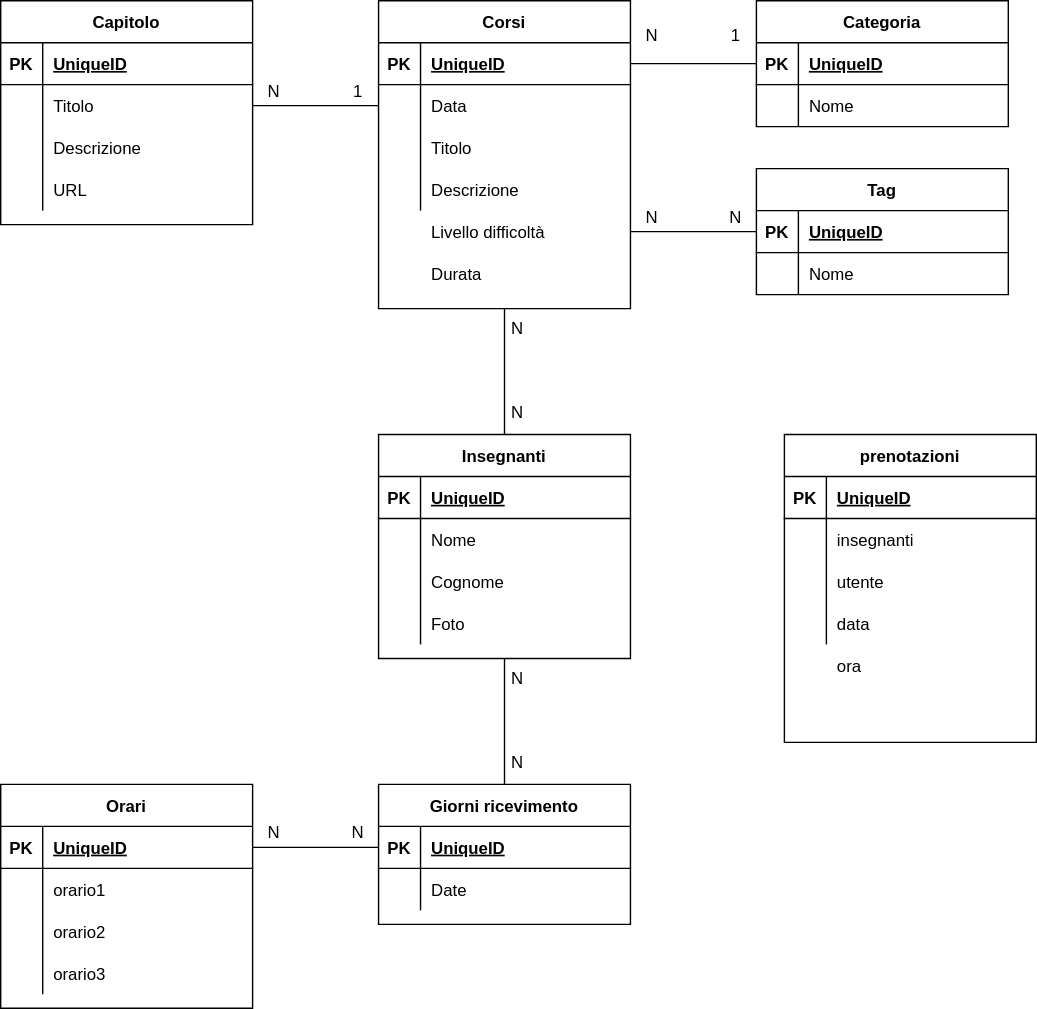
This is projekt.drawio.svg from simmasa/Projekt-Learning, a draw.io export, as it was before one commit. Source tidied: cells renumbered, new cells last; positions are measured from the earlier drawing's top-left corner, leaving out a move shared by most shapes.
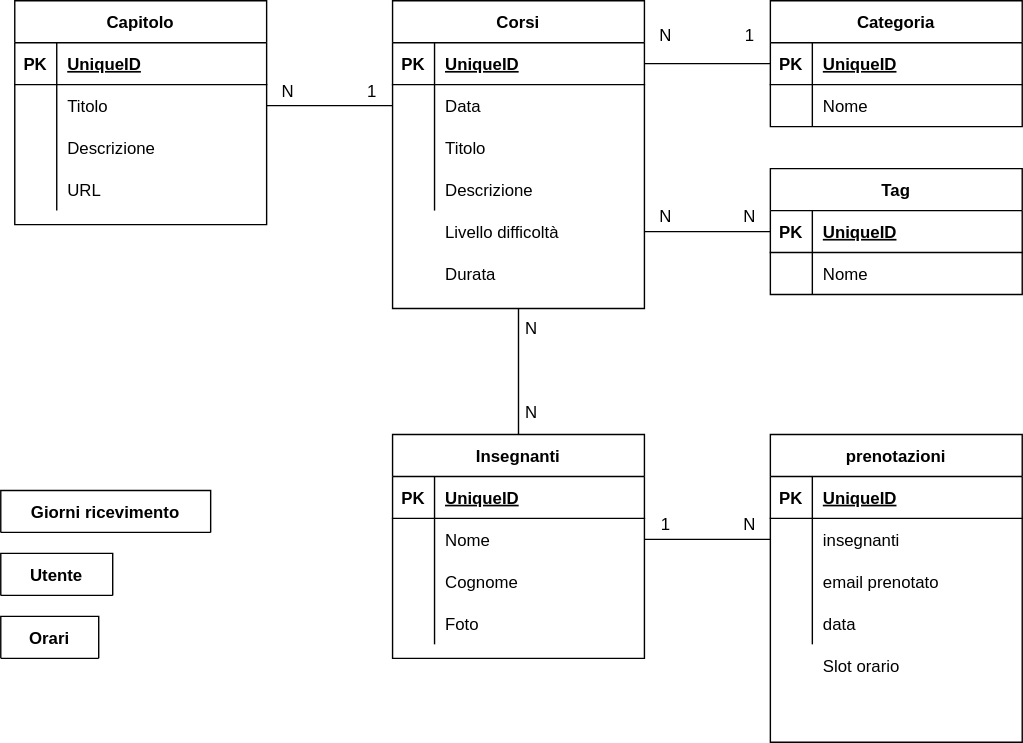
After the commit.

Diff of the diagram source:
```diff
@@ -213,7 +213,7 @@
       <mxGeometry x="354" y="220" width="30" height="30" as="geometry" />
     </mxCell>
     <mxCell id="72" value="prenotazioni" style="shape=table;startSize=30;rowLines=0;fontStyle=1;align=center;" parent="1" vertex="1">
-      <mxGeometry x="560" y="310" width="180" height="220" as="geometry" />
+      <mxGeometry x="540" y="310" width="180" height="220" as="geometry" />
     </mxCell>
     <mxCell id="73" style="shape=tableRow;horizontal=0;startSize=0;swimlaneHead=0;swimlaneBody=0;fillColor=none;top=0;left=0;right=0;bottom=1;" parent="72" vertex="1">
       <mxGeometry y="30" width="180" height="30" as="geometry" />
@@ -239,7 +239,7 @@
     <mxCell id="80" style="shape=partialRectangle;fillColor=none;top=0;left=0;bottom=0;right=0;overflow=hidden;" parent="79" vertex="1">
       <mxGeometry width="30" height="30" as="geometry" />
     </mxCell>
-    <mxCell id="81" value="utente" style="shape=partialRectangle;fillColor=none;top=0;left=0;bottom=0;right=0;align=left;spacingLeft=6;overflow=hidden;" parent="79" vertex="1">
+    <mxCell id="81" value="email prenotato" style="shape=partialRectangle;fillColor=none;top=0;left=0;bottom=0;right=0;align=left;spacingLeft=6;overflow=hidden;" parent="79" vertex="1">
       <mxGeometry x="30" width="150" height="30" as="geometry" />
     </mxCell>
     <mxCell id="82" style="shape=tableRow;horizontal=0;startSize=0;swimlaneHead=0;swimlaneBody=0;fillColor=none;top=0;left=0;right=0;bottom=0;" parent="72" vertex="1">
@@ -251,86 +251,26 @@
     <mxCell id="84" value="data" style="shape=partialRectangle;fillColor=none;top=0;left=0;bottom=0;right=0;align=left;spacingLeft=6;overflow=hidden;" parent="82" vertex="1">
       <mxGeometry x="30" width="150" height="30" as="geometry" />
     </mxCell>
-    <mxCell id="85" value="ora" style="shape=partialRectangle;fillColor=none;top=0;left=0;bottom=0;right=0;align=left;spacingLeft=6;overflow=hidden;" parent="1" vertex="1">
-      <mxGeometry x="590" y="460" width="150" height="30" as="geometry" />
+    <mxCell id="85" value="Slot orario" style="shape=partialRectangle;fillColor=none;top=0;left=0;bottom=0;right=0;align=left;spacingLeft=6;overflow=hidden;" parent="1" vertex="1">
+      <mxGeometry x="570" y="460" width="150" height="30" as="geometry" />
     </mxCell>
-    <mxCell id="86" value="Orari" style="shape=table;startSize=30;rowLines=0;fontStyle=1;align=center;" parent="1" vertex="1">
-      <mxGeometry y="560" width="180" height="160" as="geometry" />
+    <mxCell id="86" value="Orari" style="shape=table;startSize=30;rowLines=0;fontStyle=1;align=center;" parent="1" vertex="1" collapsed="1">
+      <mxGeometry x="-10" y="440" width="70" height="30" as="geometry" />
     </mxCell>
-    <mxCell id="87" style="shape=tableRow;horizontal=0;startSize=0;swimlaneHead=0;swimlaneBody=0;fillColor=none;points=[[0,0.5],[1,0.5]];portConstraint=eastwest;top=0;left=0;right=0;bottom=1;" parent="86" vertex="1">
-      <mxGeometry y="30" width="180" height="30" as="geometry" />
-    </mxCell>
-    <mxCell id="88" value="PK" style="shape=partialRectangle;fillColor=none;top=0;left=0;bottom=0;right=0;fontStyle=1;overflow=hidden;" parent="87" vertex="1">
-      <mxGeometry width="30" height="30" as="geometry" />
-    </mxCell>
-    <mxCell id="89" value="UniqueID" style="shape=partialRectangle;fillColor=none;top=0;left=0;bottom=0;right=0;align=left;spacingLeft=6;fontStyle=5;overflow=hidden;" parent="87" vertex="1">
-      <mxGeometry x="30" width="150" height="30" as="geometry" />
-    </mxCell>
-    <mxCell id="90" style="shape=tableRow;horizontal=0;startSize=0;swimlaneHead=0;swimlaneBody=0;fillColor=none;top=0;left=0;right=0;bottom=0;" parent="86" vertex="1">
-      <mxGeometry y="60" width="180" height="30" as="geometry" />
-    </mxCell>
-    <mxCell id="91" style="shape=partialRectangle;fillColor=none;top=0;left=0;bottom=0;right=0;overflow=hidden;" parent="90" vertex="1">
-      <mxGeometry width="30" height="30" as="geometry" />
-    </mxCell>
-    <mxCell id="92" value="orario1" style="shape=partialRectangle;fillColor=none;top=0;left=0;bottom=0;right=0;align=left;spacingLeft=6;overflow=hidden;" parent="90" vertex="1">
-      <mxGeometry x="30" width="150" height="30" as="geometry" />
-    </mxCell>
-    <mxCell id="93" style="shape=tableRow;horizontal=0;startSize=0;swimlaneHead=0;swimlaneBody=0;fillColor=none;top=0;left=0;right=0;bottom=0;" parent="86" vertex="1">
-      <mxGeometry y="90" width="180" height="30" as="geometry" />
-    </mxCell>
-    <mxCell id="94" style="shape=partialRectangle;fillColor=none;top=0;left=0;bottom=0;right=0;overflow=hidden;" parent="93" vertex="1">
-      <mxGeometry width="30" height="30" as="geometry" />
-    </mxCell>
-    <mxCell id="95" value="orario2" style="shape=partialRectangle;fillColor=none;top=0;left=0;bottom=0;right=0;align=left;spacingLeft=6;overflow=hidden;" parent="93" vertex="1">
-      <mxGeometry x="30" width="150" height="30" as="geometry" />
-    </mxCell>
-    <mxCell id="96" style="shape=tableRow;horizontal=0;startSize=0;swimlaneHead=0;swimlaneBody=0;fillColor=none;top=0;left=0;right=0;bottom=0;" parent="86" vertex="1">
-      <mxGeometry y="120" width="180" height="30" as="geometry" />
-    </mxCell>
-    <mxCell id="97" style="shape=partialRectangle;fillColor=none;top=0;left=0;bottom=0;right=0;overflow=hidden;" parent="96" vertex="1">
-      <mxGeometry width="30" height="30" as="geometry" />
-    </mxCell>
-    <mxCell id="98" value="orario3" style="shape=partialRectangle;fillColor=none;top=0;left=0;bottom=0;right=0;align=left;spacingLeft=6;overflow=hidden;" parent="96" vertex="1">
-      <mxGeometry x="30" width="150" height="30" as="geometry" />
-    </mxCell>
-    <mxCell id="99" value="Giorni ricevimento" style="shape=table;startSize=30;rowLines=0;fontStyle=1;align=center;" parent="1" vertex="1">
-      <mxGeometry x="270" y="560" width="180" height="100" as="geometry" />
+    <mxCell id="99" value="Giorni ricevimento" style="shape=table;startSize=30;rowLines=0;fontStyle=1;align=center;" parent="1" vertex="1" collapsed="1">
+      <mxGeometry x="-10" y="350" width="150" height="30" as="geometry" />
     </mxCell>
-    <mxCell id="100" style="shape=tableRow;horizontal=0;startSize=0;swimlaneHead=0;swimlaneBody=0;fillColor=none;points=[[0,0.5],[1,0.5]];portConstraint=eastwest;top=0;left=0;right=0;bottom=1;" parent="99" vertex="1">
-      <mxGeometry y="30" width="180" height="30" as="geometry" />
-    </mxCell>
-    <mxCell id="101" value="PK" style="shape=partialRectangle;fillColor=none;top=0;left=0;bottom=0;right=0;fontStyle=1;overflow=hidden;" parent="100" vertex="1">
-      <mxGeometry width="30" height="30" as="geometry" />
-    </mxCell>
-    <mxCell id="102" value="UniqueID" style="shape=partialRectangle;fillColor=none;top=0;left=0;bottom=0;right=0;align=left;spacingLeft=6;fontStyle=5;overflow=hidden;" parent="100" vertex="1">
-      <mxGeometry x="30" width="150" height="30" as="geometry" />
-    </mxCell>
-    <mxCell id="103" style="shape=tableRow;horizontal=0;startSize=0;swimlaneHead=0;swimlaneBody=0;fillColor=none;top=0;left=0;right=0;bottom=0;" parent="99" vertex="1">
-      <mxGeometry y="60" width="180" height="30" as="geometry" />
-    </mxCell>
-    <mxCell id="104" style="shape=partialRectangle;fillColor=none;top=0;left=0;bottom=0;right=0;overflow=hidden;" parent="103" vertex="1">
-      <mxGeometry width="30" height="30" as="geometry" />
-    </mxCell>
-    <mxCell id="105" value="Date" style="shape=partialRectangle;fillColor=none;top=0;left=0;bottom=0;right=0;align=left;spacingLeft=6;overflow=hidden;" parent="103" vertex="1">
-      <mxGeometry x="30" width="150" height="30" as="geometry" />
-    </mxCell>
-    <mxCell id="106" style="endArrow=none;html=1;rounded=0;entryX=0.5;entryY=0;entryDx=0;entryDy=0;exitX=0.5;exitY=1;exitDx=0;exitDy=0;" parent="1" edge="1" source="56" target="99">
-      <mxGeometry relative="1" as="geometry" />
-    </mxCell>
-    <mxCell id="107" style="endArrow=none;html=1;rounded=0;entryX=0;entryY=0.5;entryDx=0;entryDy=0;exitX=1;exitY=0.5;exitDx=0;exitDy=0;" parent="1" edge="1" source="87" target="100">
-      <mxGeometry relative="1" as="geometry" />
-    </mxCell>
-    <mxCell id="108" value="N" style="text;html=1;align=center;verticalAlign=middle;strokeColor=none;fillColor=none;" parent="1" vertex="1">
-      <mxGeometry x="354" y="470" width="30" height="30" as="geometry" />
-    </mxCell>
-    <mxCell id="109" value="N" style="text;html=1;align=center;verticalAlign=middle;strokeColor=none;fillColor=none;" parent="1" vertex="1">
-      <mxGeometry x="354" y="530" width="30" height="30" as="geometry" />
-    </mxCell>
-    <mxCell id="110" value="N" style="text;html=1;align=center;verticalAlign=middle;strokeColor=none;fillColor=none;" parent="1" vertex="1">
-      <mxGeometry x="240" y="580" width="30" height="30" as="geometry" />
-    </mxCell>
-    <mxCell id="111" value="N" style="text;html=1;align=center;verticalAlign=middle;strokeColor=none;fillColor=none;" parent="1" vertex="1">
-      <mxGeometry x="180" y="580" width="30" height="30" as="geometry" />
-    </mxCell>
+    <mxCell id="112" value="Utente" style="shape=table;startSize=30;rowLines=0;fontStyle=1;align=center;" parent="1" vertex="1" collapsed="1">
+      <mxGeometry x="-10" y="395" width="80" height="30" as="geometry" />
+    </mxCell>
+    <mxCell id="113" style="endArrow=none;html=1;rounded=0;exitX=1;exitY=0.5;exitDx=0;exitDy=0;entryX=0;entryY=0.5;entryDx=0;entryDy=0;" parent="1" edge="1" source="60" target="76">
+      <mxGeometry relative="1" as="geometry" />
+    </mxCell>
+    <mxCell id="114" value="1" style="text;html=1;align=center;verticalAlign=middle;strokeColor=none;fillColor=none;" parent="1" vertex="1">
+      <mxGeometry x="450" y="360" width="30" height="30" as="geometry" />
+    </mxCell>
+    <mxCell id="115" value="N" style="text;html=1;align=center;verticalAlign=middle;strokeColor=none;fillColor=none;" parent="1" vertex="1">
+      <mxGeometry x="510" y="360" width="30" height="30" as="geometry" />
+    </mxCell>
   </root>
 </mxGraphModel>
```
